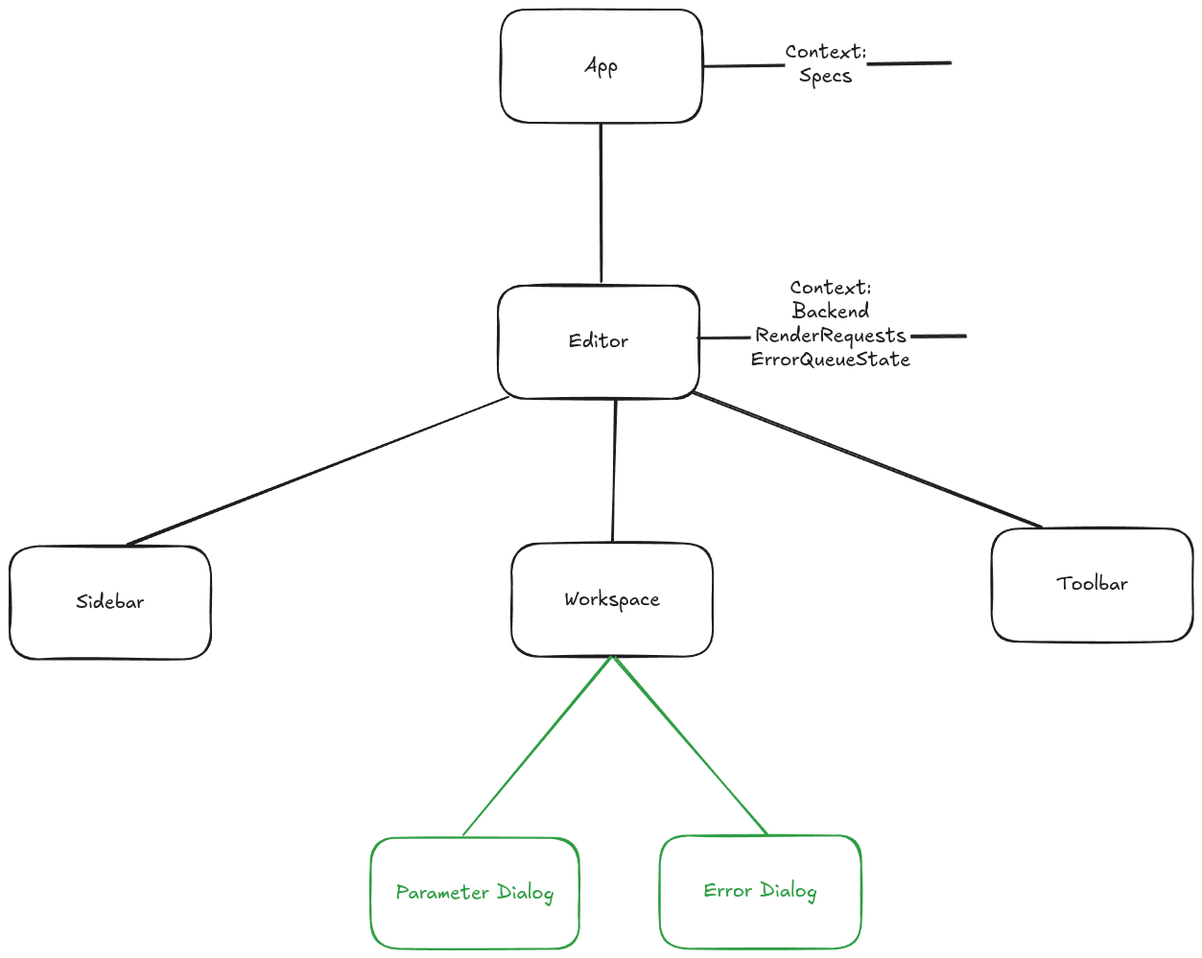
This is beetry-editor-frontend/docs/component_tree.excalidraw.png from skullim/beetry, a Excalidraw export, as it was before one commit. Source tidied: one line per element, renumbered; positions are measured from the earlier drawing's top-left corner, leaving out a move shared by most shapes.
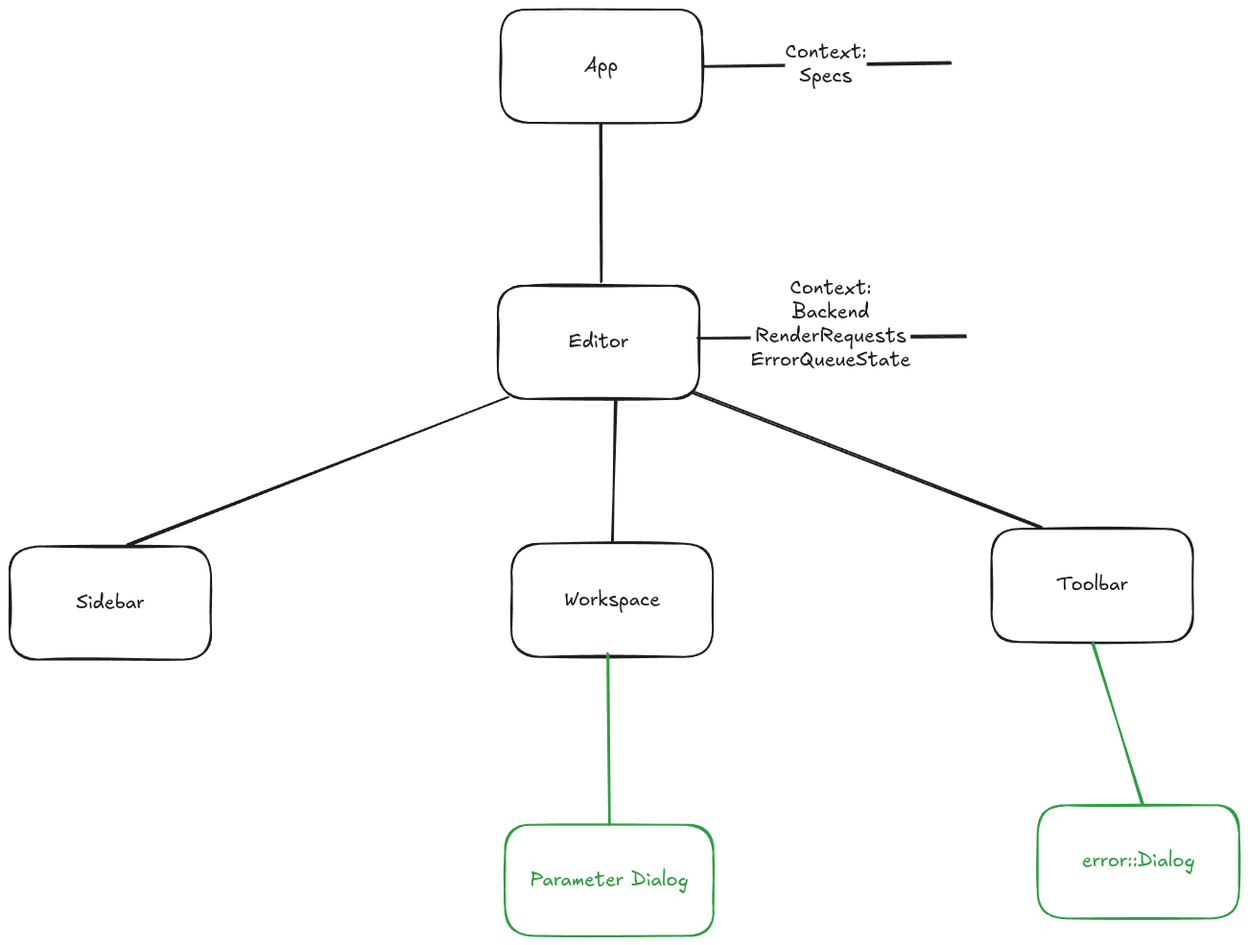
Above is the later version.

Diff of the diagram source:
```diff
@@ -4,12 +4,12 @@
 {"id": 3, "type": "text", "text": "Workspace", "strokeColor": "#1e1e1e", "strokeWidth": 2, "roughness": 1, "fontSize": 20, "fontFamily": 5, "textAlign": "center", "verticalAlign": "middle", "inside": 2, "x": 578, "y": 603, "width": 100, "height": 25}
 {"id": 4, "type": "rectangle", "strokeColor": "#1e1e1e", "strokeWidth": 2, "roughness": 1, "round": true, "x": 0, "y": 560, "width": 210, "height": 118}
 {"id": 5, "type": "text", "text": "Sidebar", "strokeColor": "#1e1e1e", "strokeWidth": 2, "roughness": 1, "fontSize": 20, "fontFamily": 5, "textAlign": "center", "verticalAlign": "middle", "inside": 4, "x": 69, "y": 606, "width": 71, "height": 25}
-{"id": 6, "type": "rectangle", "strokeColor": "#2f9e44", "strokeWidth": 2, "roughness": 1, "round": true, "x": 678, "y": 861, "width": 210, "height": 118}
+{"id": 6, "type": "rectangle", "strokeColor": "#2f9e44", "strokeWidth": 2, "roughness": 1, "round": true, "x": 1072, "y": 829, "width": 210, "height": 118}
-{"id": 7, "type": "text", "text": "Error Dialog", "strokeColor": "#2f9e44", "strokeWidth": 2, "roughness": 1, "fontSize": 20, "fontFamily": 5, "textAlign": "center", "verticalAlign": "middle", "inside": 6, "x": 723, "y": 908, "width": 118, "height": 25}
+{"id": 7, "type": "text", "text": "error::Dialog", "strokeColor": "#2f9e44", "strokeWidth": 2, "roughness": 1, "fontSize": 20, "fontFamily": 5, "textAlign": "center", "verticalAlign": "middle", "inside": 6, "x": 1118, "y": 876, "width": 118, "height": 25}
 {"id": 8, "type": "rectangle", "strokeColor": "#1e1e1e", "strokeWidth": 2, "roughness": 1, "round": true, "x": 1024, "y": 541, "width": 210, "height": 118}
 {"id": 9, "type": "text", "text": "Toolbar", "strokeColor": "#1e1e1e", "strokeWidth": 2, "roughness": 1, "fontSize": 20, "fontFamily": 5, "textAlign": "center", "verticalAlign": "middle", "inside": 8, "x": 1091, "y": 588, "width": 75, "height": 25}
-{"id": 10, "type": "rectangle", "strokeColor": "#2f9e44", "strokeWidth": 2, "roughness": 1, "round": true, "x": 376, "y": 864, "width": 217, "height": 116}
+{"id": 10, "type": "rectangle", "strokeColor": "#2f9e44", "strokeWidth": 2, "roughness": 1, "round": true, "x": 516, "y": 850, "width": 217, "height": 116}
-{"id": 11, "type": "text", "text": "Parameter Dialog", "strokeColor": "#2f9e44", "strokeWidth": 2, "roughness": 1, "fontSize": 20, "fontFamily": 5, "textAlign": "center", "verticalAlign": "middle", "inside": 10, "x": 402, "y": 909, "width": 165, "height": 25}
+{"id": 11, "type": "text", "text": "Parameter Dialog", "strokeColor": "#2f9e44", "strokeWidth": 2, "roughness": 1, "fontSize": 20, "fontFamily": 5, "textAlign": "center", "verticalAlign": "middle", "inside": 10, "x": 542, "y": 895, "width": 165, "height": 25}
 {"id": 12, "type": "arrow", "strokeColor": "#1e1e1e", "strokeWidth": 2, "roughness": 1, "round": true, "from": 0, "to": 2, "x": 632, "y": 406, "width": 3, "height": 148, "points": [[0, 0], [-3, 148]]}
 {"id": 13, "type": "arrow", "strokeColor": "#1e1e1e", "strokeWidth": 2, "roughness": 1, "round": true, "from": 0, "to": 4, "x": 519, "y": 403, "width": 397, "height": 156, "points": [[0, 0], [-397, 156]]}
 {"id": 14, "type": "arrow", "strokeColor": "#1e1e1e", "strokeWidth": 2, "roughness": 1, "round": true, "from": 0, "to": 8, "x": 712, "y": 399, "width": 363, "height": 140, "points": [[0, 0], [363, 140]]}
@@ -20,5 +20,5 @@
 {"id": 19, "type": "text", "text": "Context:\nSpecs", "strokeColor": "#1e1e1e", "strokeWidth": 2, "roughness": 1, "fontSize": 20, "fontFamily": 5, "textAlign": "center", "verticalAlign": "middle", "inside": 18, "x": 808, "y": 32, "width": 85, "height": 50}
 {"id": 20, "type": "arrow", "strokeColor": "#1e1e1e", "strokeWidth": 2, "roughness": 1, "round": true, "from": 0, "x": 717, "y": 341, "width": 279, "height": 1, "points": [[0, 0], [279, -1]]}
 {"id": 21, "type": "text", "text": "Context:\nBackend\nRenderRequests\nErrorQueueState\n", "strokeColor": "#1e1e1e", "strokeWidth": 2, "roughness": 1, "fontSize": 20, "fontFamily": 5, "textAlign": "center", "verticalAlign": "middle", "inside": 20, "x": 773, "y": 278, "width": 166, "height": 125}
-{"id": 22, "type": "arrow", "strokeColor": "#2f9e44", "strokeWidth": 2, "roughness": 1, "round": true, "from": 2, "to": 10, "x": 627, "y": 675, "width": 154, "height": 186, "points": [[0, 0], [-154, 186]]}
+{"id": 22, "type": "arrow", "strokeColor": "#2f9e44", "strokeWidth": 2, "roughness": 1, "round": true, "from": 2, "to": 10, "x": 624, "y": 671, "width": 2, "height": 179, "points": [[0, 0], [2, 179]]}
-{"id": 23, "type": "arrow", "strokeColor": "#2f9e44", "strokeWidth": 2, "roughness": 1, "round": true, "from": 2, "to": 6, "x": 630, "y": 676, "width": 159, "height": 185, "points": [[0, 0], [159, 185]]}
+{"id": 23, "type": "arrow", "strokeColor": "#2f9e44", "strokeWidth": 2, "roughness": 1, "round": true, "from": 8, "to": 6, "x": 1129, "y": 660, "width": 53, "height": 169, "points": [[0, 0], [53, 169]]}
```
